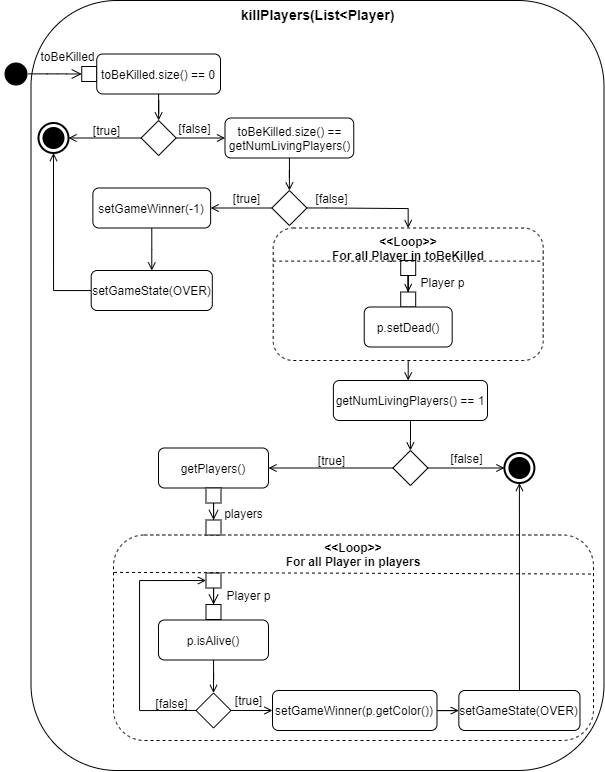
Above: Doku/images/AD_killPlayers.png in KjellooMelloo/gameoftrons (draw.io), before the change. Source tidied: cells renumbered, new cells last; positions are measured from the earlier drawing's top-left corner, leaving out a move shared by most shapes.
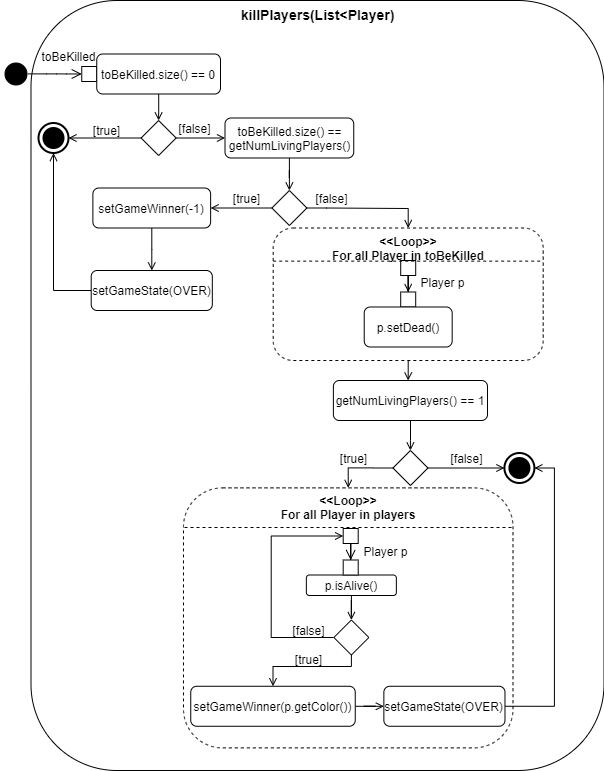
After the commit.

Commit message:
updated diagrams to be more on par with code

The edit, as a diff of the source:
```diff
@@ -6,7 +6,7 @@
       <mxGeometry x="30.5" width="573" height="770" as="geometry" />
     </mxCell>
     <mxCell id="3" value="&lt;b&gt;&amp;lt;&amp;lt;Loop&amp;gt;&amp;gt;&lt;br&gt;For all Player in players&lt;br&gt;&lt;/b&gt;" style="shape=ext;rounded=1;html=1;whiteSpace=wrap;dashed=1;verticalAlign=top;align=center;" parent="1" vertex="1">
-      <mxGeometry x="113" y="534.5" width="480" height="205.5" as="geometry" />
+      <mxGeometry x="183" y="487.4" width="329.5" height="260" as="geometry" />
     </mxCell>
     <mxCell id="4" value="&lt;b&gt;&amp;lt;&amp;lt;Loop&amp;gt;&amp;gt;&lt;br&gt;For all Player in&amp;nbsp;&lt;/b&gt;&lt;span style=&quot;white-space: nowrap&quot;&gt;&lt;b&gt;toBeKilled&lt;/b&gt;&lt;/span&gt;&lt;b&gt;&lt;br&gt;&lt;/b&gt;" style="shape=ext;rounded=1;html=1;whiteSpace=wrap;dashed=1;verticalAlign=top;align=center;" parent="1" vertex="1">
       <mxGeometry x="272.7" y="227.5" width="270" height="132.5" as="geometry" />
@@ -114,94 +114,87 @@
     <mxCell id="36" value="getNumLivingPlayers() == 1" style="shape=rect;html=1;rounded=1;whiteSpace=wrap;align=center;" parent="1" vertex="1">
       <mxGeometry x="332.9" y="380" width="154.1" height="40" as="geometry" />
     </mxCell>
-    <mxCell id="37" style="edgeStyle=orthogonalEdgeStyle;rounded=0;jettySize=auto;html=1;entryX=0;entryY=0.5;entryDx=0;entryDy=0;entryPerimeter=0;endArrow=open;endFill=0;" parent="1" edge="1" source="38" target="59">
+    <mxCell id="37" style="edgeStyle=orthogonalEdgeStyle;rounded=0;jettySize=auto;html=1;entryX=0;entryY=0.5;entryDx=0;entryDy=0;entryPerimeter=0;endArrow=open;endFill=0;" parent="1" edge="1" source="38" target="54">
       <mxGeometry relative="1" as="geometry" />
     </mxCell>
     <mxCell id="38" style="rhombus;whiteSpace=wrap;html=1;strokeColor=#000000;align=center;" parent="1" vertex="1">
       <mxGeometry x="392.4" y="450" width="35" height="35" as="geometry" />
     </mxCell>
-    <mxCell id="39" style="edgeStyle=orthogonalEdgeStyle;rounded=0;jettySize=auto;html=1;entryX=1;entryY=0.5;entryDx=0;entryDy=0;endArrow=open;endFill=0;exitX=0;exitY=0.5;exitDx=0;exitDy=0;" parent="1" edge="1" source="38" target="45">
+    <mxCell id="39" style="edgeStyle=orthogonalEdgeStyle;rounded=0;jettySize=auto;html=1;entryX=0.5;entryY=0;entryDx=0;entryDy=0;endArrow=open;endFill=0;exitX=0;exitY=0.5;exitDx=0;exitDy=0;" parent="1" edge="1" source="38" target="3">
       <mxGeometry relative="1" as="geometry" />
     </mxCell>
     <mxCell id="40" style="edgeStyle=orthogonalEdgeStyle;rounded=0;jettySize=auto;html=1;endArrow=open;endFill=0;" parent="1" edge="1" source="41" target="43">
       <mxGeometry relative="1" as="geometry" />
     </mxCell>
     <mxCell id="41" value="setGameWinner(p.getColor())" style="shape=rect;html=1;rounded=1;whiteSpace=wrap;align=center;" parent="1" vertex="1">
-      <mxGeometry x="272" y="690" width="164.5" height="40" as="geometry" />
+      <mxGeometry x="190.2" y="685.8" width="164.5" height="40" as="geometry" />
     </mxCell>
-    <mxCell id="42" style="edgeStyle=orthogonalEdgeStyle;rounded=0;jettySize=auto;html=1;entryX=0.5;entryY=1;entryDx=0;entryDy=0;entryPerimeter=0;endArrow=open;endFill=0;" parent="1" edge="1" source="43" target="59">
+    <mxCell id="42" style="edgeStyle=orthogonalEdgeStyle;rounded=0;jettySize=auto;html=1;entryX=1;entryY=0.5;entryDx=0;entryDy=0;entryPerimeter=0;endArrow=open;endFill=0;exitX=1;exitY=0.5;exitDx=0;exitDy=0;" parent="1" edge="1" source="43" target="54">
       <mxGeometry relative="1" as="geometry" />
     </mxCell>
     <mxCell id="43" value="setGameState(OVER)" style="shape=rect;html=1;rounded=1;whiteSpace=wrap;align=center;" parent="1" vertex="1">
-      <mxGeometry x="458.4" y="690" width="121.1" height="40" as="geometry" />
+      <mxGeometry x="383.4" y="685.8" width="121.1" height="40" as="geometry" />
     </mxCell>
     <mxCell id="44" value="[true]" style="text;html=1;align=center;verticalAlign=middle;" parent="1" vertex="1">
-      <mxGeometry x="311.4" y="450" width="40" height="20" as="geometry" />
+      <mxGeometry x="332.9" y="447.5" width="40" height="20" as="geometry" />
     </mxCell>
-    <mxCell id="45" value="getPlayers()" style="shape=rect;html=1;rounded=1;whiteSpace=wrap;align=center;" parent="1" vertex="1">
-      <mxGeometry x="158" y="447.5" width="110" height="40" as="geometry" />
+    <mxCell id="45" style="edgeStyle=orthogonalEdgeStyle;rounded=0;jettySize=auto;html=1;entryX=0.5;entryY=0;entryDx=0;entryDy=0;endArrow=open;endFill=0;" parent="1" edge="1" source="46" target="53">
+      <mxGeometry relative="1" as="geometry" />
     </mxCell>
-    <mxCell id="46" style="edgeStyle=orthogonalEdgeStyle;rounded=0;jettySize=auto;html=1;entryX=0.5;entryY=0;entryDx=0;entryDy=0;endArrow=open;endFill=0;" parent="1" edge="1" source="47" target="58">
-      <mxGeometry relative="1" as="geometry" />
+    <mxCell id="46" value="p.isAlive()" style="shape=rect;html=1;rounded=1;whiteSpace=wrap;align=center;" parent="1" vertex="1">
+      <mxGeometry x="305.8" y="574.5" width="90" height="20.5" as="geometry" />
     </mxCell>
-    <mxCell id="47" value="p.isAlive()" style="shape=rect;html=1;rounded=1;whiteSpace=wrap;align=center;" parent="1" vertex="1">
-      <mxGeometry x="158" y="619.5" width="110" height="40" as="geometry" />
+    <mxCell id="47" style="edgeStyle=orthogonalEdgeStyle;rounded=0;jettySize=auto;html=1;endArrow=open;endFill=0;endSize=8;strokeColor=#000000;" parent="1" edge="1" source="48" target="49">
+      <mxGeometry relative="1" as="geometry" />
     </mxCell>
-    <mxCell id="48" style="edgeStyle=orthogonalEdgeStyle;rounded=0;jettySize=auto;html=1;endArrow=open;endFill=0;endSize=8;strokeColor=#000000;exitX=0.5;exitY=1;exitDx=0;exitDy=0;" parent="1" edge="1" source="49" target="50">
-      <mxGeometry relative="1" as="geometry" />
+    <mxCell id="48" style="rounded=0;whiteSpace=wrap;html=1;strokeColor=#000000;align=center;" parent="1" vertex="1">
+      <mxGeometry x="342.7" y="528" width="15" height="15" as="geometry" />
     </mxCell>
     <mxCell id="49" style="rounded=0;whiteSpace=wrap;html=1;strokeColor=#000000;align=center;" parent="1" vertex="1">
-      <mxGeometry x="205.5" y="487.5" width="15" height="15" as="geometry" />
+      <mxGeometry x="342.7" y="559.5" width="15" height="15" as="geometry" />
     </mxCell>
-    <mxCell id="50" style="rounded=0;whiteSpace=wrap;html=1;strokeColor=#000000;align=center;" parent="1" vertex="1">
-      <mxGeometry x="205.5" y="519.5" width="15" height="15" as="geometry" />
+    <mxCell id="50" value="Player p" style="text;html=1;align=center;verticalAlign=middle;points=[];" parent="1" vertex="1">
+      <mxGeometry x="355.2" y="540.5" width="60" height="20" as="geometry" />
     </mxCell>
-    <mxCell id="51" value="players" style="text;html=1;align=center;verticalAlign=middle;" parent="1" vertex="1">
-      <mxGeometry x="218" y="502.5" width="50" height="20" as="geometry" />
+    <mxCell id="51" style="edgeStyle=orthogonalEdgeStyle;rounded=0;jettySize=auto;html=1;entryX=0;entryY=0.5;entryDx=0;entryDy=0;endArrow=open;endFill=0;exitX=0;exitY=0.5;exitDx=0;exitDy=0;" parent="1" edge="1" source="53" target="48">
+      <mxGeometry relative="1" as="geometry">
+        <Array as="points">
+          <mxPoint x="270.7" y="637.5" />
+          <mxPoint x="270.7" y="535.5" />
+        </Array>
+      </mxGeometry>
     </mxCell>
-    <mxCell id="52" style="edgeStyle=orthogonalEdgeStyle;rounded=0;jettySize=auto;html=1;endArrow=open;endFill=0;endSize=8;strokeColor=#000000;" parent="1" edge="1" source="53" target="54">
-      <mxGeometry relative="1" as="geometry" />
+    <mxCell id="52" style="edgeStyle=orthogonalEdgeStyle;rounded=0;jettySize=auto;html=1;entryX=0.5;entryY=0;entryDx=0;entryDy=0;endArrow=open;endFill=0;" parent="1" edge="1" source="53" target="41">
+      <mxGeometry relative="1" as="geometry">
+        <Array as="points">
+          <mxPoint x="351" y="666" />
+          <mxPoint x="273" y="666" />
+        </Array>
+      </mxGeometry>
     </mxCell>
-    <mxCell id="53" style="rounded=0;whiteSpace=wrap;html=1;strokeColor=#000000;align=center;" parent="1" vertex="1">
-      <mxGeometry x="205.5" y="572.5" width="15" height="15" as="geometry" />
+    <mxCell id="53" style="rhombus;whiteSpace=wrap;html=1;strokeColor=#000000;align=center;" parent="1" vertex="1">
+      <mxGeometry x="333.3" y="619.5" width="35" height="35" as="geometry" />
     </mxCell>
-    <mxCell id="54" style="rounded=0;whiteSpace=wrap;html=1;strokeColor=#000000;align=center;" parent="1" vertex="1">
-      <mxGeometry x="205.5" y="604" width="15" height="15" as="geometry" />
+    <mxCell id="54" style="html=1;shape=mxgraph.sysml.actFinal;strokeWidth=2;verticalLabelPosition=bottom;verticalAlignment=top;align=center;" parent="1" vertex="1">
+      <mxGeometry x="503.9" y="452.5" width="30" height="30" as="geometry" />
     </mxCell>
-    <mxCell id="55" value="Player p" style="text;html=1;align=center;verticalAlign=middle;" parent="1" vertex="1">
-      <mxGeometry x="218" y="585" width="60" height="20" as="geometry" />
+    <mxCell id="55" value="[false]" style="text;html=1;align=center;verticalAlign=middle;" parent="1" vertex="1">
+      <mxGeometry x="440.5" y="447.5" width="50" height="20" as="geometry" />
     </mxCell>
-    <mxCell id="56" style="edgeStyle=orthogonalEdgeStyle;rounded=0;jettySize=auto;html=1;entryX=0;entryY=0.5;entryDx=0;entryDy=0;endArrow=open;endFill=0;exitX=0;exitY=0.5;exitDx=0;exitDy=0;" parent="1" edge="1" source="58" target="53">
-      <mxGeometry relative="1" as="geometry">
-        <Array as="points">
-          <mxPoint x="139" y="710" />
-          <mxPoint x="139" y="580" />
-        </Array>
-      </mxGeometry>
+    <mxCell id="56" value="[false]" style="text;html=1;align=center;verticalAlign=middle;" parent="1" vertex="1">
+      <mxGeometry x="283.3" y="619.5" width="50" height="20" as="geometry" />
     </mxCell>
-    <mxCell id="57" style="edgeStyle=orthogonalEdgeStyle;rounded=0;jettySize=auto;html=1;entryX=0;entryY=0.5;entryDx=0;entryDy=0;endArrow=open;endFill=0;" parent="1" edge="1" source="58" target="41">
-      <mxGeometry relative="1" as="geometry" />
+    <mxCell id="57" value="[true]" style="text;html=1;align=center;verticalAlign=middle;" parent="1" vertex="1">
+      <mxGeometry x="288.3" y="649" width="40" height="20" as="geometry" />
     </mxCell>
-    <mxCell id="58" style="rhombus;whiteSpace=wrap;html=1;strokeColor=#000000;align=center;" parent="1" vertex="1">
-      <mxGeometry x="195.5" y="692.5" width="35" height="35" as="geometry" />
+    <mxCell id="58" style="endArrow=none;dashed=1;html=1;exitX=0;exitY=0.25;exitDx=0;exitDy=0;entryX=1;entryY=0.25;entryDx=0;entryDy=0;" parent="1" edge="1" source="4" target="4">
+      <mxGeometry relative="1" as="geometry" />
     </mxCell>
-    <mxCell id="59" style="html=1;shape=mxgraph.sysml.actFinal;strokeWidth=2;verticalLabelPosition=bottom;verticalAlignment=top;align=center;" parent="1" vertex="1">
-      <mxGeometry x="503.9" y="452.5" width="30" height="30" as="geometry" />
+    <mxCell id="59" style="endArrow=none;dashed=1;html=1;" parent="1" edge="1">
+      <mxGeometry relative="1" as="geometry">
+        <mxPoint x="184" y="527" as="sourcePoint" />
+        <mxPoint x="514" y="527" as="targetPoint" />
+      </mxGeometry>
     </mxCell>
-    <mxCell id="60" value="[false]" style="text;html=1;align=center;verticalAlign=middle;" parent="1" vertex="1">
-      <mxGeometry x="440.5" y="447.5" width="50" height="20" as="geometry" />
-    </mxCell>
-    <mxCell id="61" value="[false]" style="text;html=1;align=center;verticalAlign=middle;" parent="1" vertex="1">
-      <mxGeometry x="145.5" y="692.5" width="50" height="20" as="geometry" />
-    </mxCell>
-    <mxCell id="62" value="[true]" style="text;html=1;align=center;verticalAlign=middle;" parent="1" vertex="1">
-      <mxGeometry x="228" y="690" width="40" height="20" as="geometry" />
-    </mxCell>
-    <mxCell id="63" style="endArrow=none;dashed=1;html=1;exitX=0;exitY=0.25;exitDx=0;exitDy=0;entryX=1;entryY=0.25;entryDx=0;entryDy=0;" parent="1" edge="1" source="4" target="4">
-      <mxGeometry relative="1" as="geometry" />
-    </mxCell>
-    <mxCell id="64" style="endArrow=none;dashed=1;html=1;exitX=0.001;exitY=0.182;exitDx=0;exitDy=0;entryX=1.001;entryY=0.19;entryDx=0;entryDy=0;exitPerimeter=0;entryPerimeter=0;" parent="1" edge="1" source="3" target="3">
-      <mxGeometry relative="1" as="geometry" />
-    </mxCell>
   </root>
 </mxGraphModel>
```
